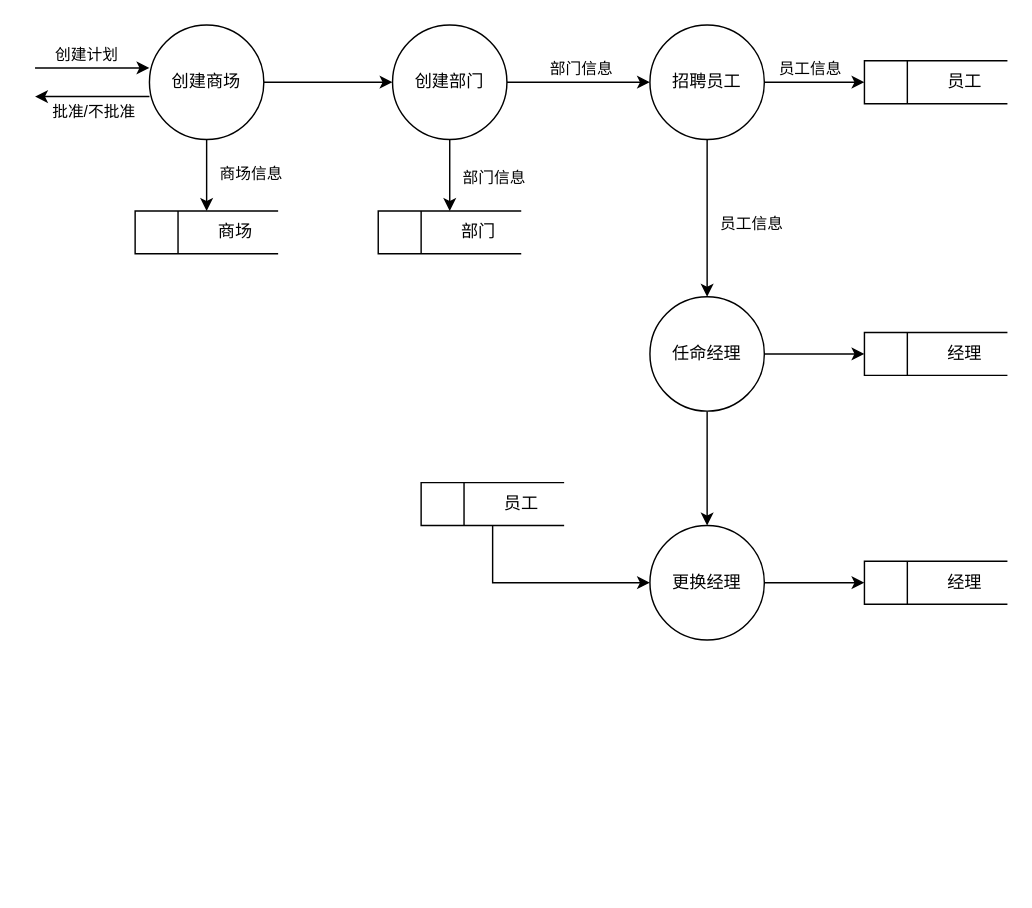
Earlier version of the draw.io diagram shopping_data_flow.drawio (ArronVague/Database-Systems-Laboratory). Source tidied: cells renumbered, new cells numbered last; positions are measured from the earlier drawing's top-left corner, leaving out a move shared by most shapes. Both pictures are drawn from the tidied source at 143%, with x=0, y=0 at pixel (34, 24).
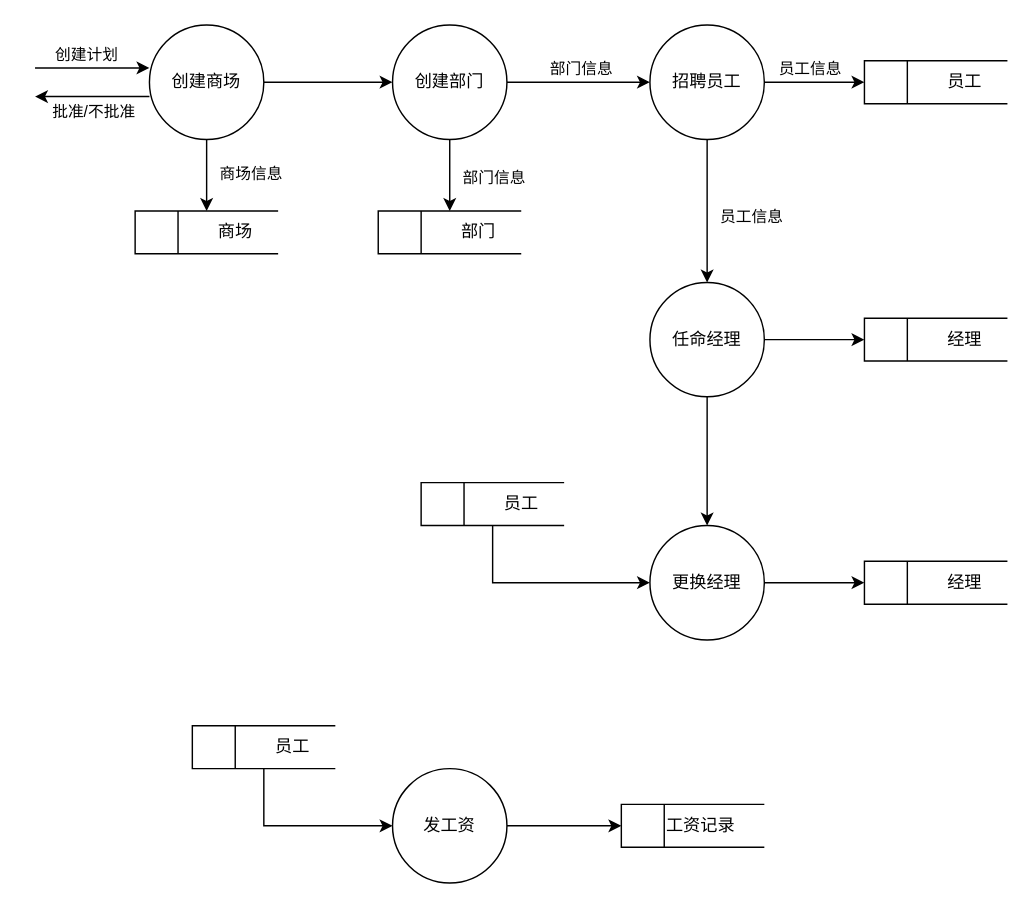
The same diagram, later.

The edit, as a diff of the source:
```diff
@@
     <mxCell id="18" value="任命经理" style="ellipse;whiteSpace=wrap;html=1;" parent="1" vertex="1">
-      <mxGeometry x="430" y="190" width="80" height="80" as="geometry" />
+      <mxGeometry x="430" y="180" width="80" height="80" as="geometry" />
     </mxCell>
@@
     <mxCell id="24" value="&lt;span style=&quot;white-space: pre;&quot;&gt;&#9;&lt;/span&gt;&lt;span style=&quot;white-space: pre;&quot;&gt;&#9;&lt;/span&gt;经理" style="html=1;dashed=0;whiteSpace=wrap;shape=mxgraph.dfd.dataStoreID;align=left;spacingLeft=3;points=[[0,0],[0.5,0],[1,0],[0,0.5],[1,0.5],[0,1],[0.5,1],[1,1]];" parent="1" vertex="1">
-      <mxGeometry x="580" y="215" width="100" height="30" as="geometry" />
+      <mxGeometry x="580" y="205" width="100" height="30" as="geometry" />
     </mxCell>
@@
+    <mxCell id="32" style="edgeStyle=orthogonalEdgeStyle;rounded=0;jettySize=auto;html=1;exitX=1;exitY=0.5;exitDx=0;exitDy=0;entryX=0;entryY=0.5;entryDx=0;entryDy=0;" parent="1" edge="1" source="33" target="36">
+      <mxGeometry relative="1" as="geometry" />
+    </mxCell>
+    <mxCell id="33" value="发工资" style="ellipse;whiteSpace=wrap;html=1;" parent="1" vertex="1">
+      <mxGeometry x="250" y="520" width="80" height="80" as="geometry" />
+    </mxCell>
+    <mxCell id="34" style="edgeStyle=orthogonalEdgeStyle;rounded=0;jettySize=auto;html=1;exitX=0.5;exitY=1;exitDx=0;exitDy=0;entryX=0;entryY=0.5;entryDx=0;entryDy=0;" parent="1" edge="1" source="35" target="33">
+      <mxGeometry relative="1" as="geometry" />
+    </mxCell>
+    <mxCell id="35" value="&lt;span style=&quot;white-space: pre;&quot;&gt;&#9;&lt;span style=&quot;white-space: pre;&quot;&gt;&#9;&lt;/span&gt;员工&lt;/span&gt;" style="html=1;dashed=0;whiteSpace=wrap;shape=mxgraph.dfd.dataStoreID;align=left;spacingLeft=3;points=[[0,0],[0.5,0],[1,0],[0,0.5],[1,0.5],[0,1],[0.5,1],[1,1]];" parent="1" vertex="1">
+      <mxGeometry x="110" y="490" width="100" height="30" as="geometry" />
+    </mxCell>
+    <mxCell id="36" value="&lt;span style=&quot;white-space: pre;&quot;&gt;&#9;&lt;/span&gt;工资记录" style="html=1;dashed=0;whiteSpace=wrap;shape=mxgraph.dfd.dataStoreID;align=left;spacingLeft=3;points=[[0,0],[0.5,0],[1,0],[0,0.5],[1,0.5],[0,1],[0.5,1],[1,1]];" parent="1" vertex="1">
+      <mxGeometry x="410" y="545" width="100" height="30" as="geometry" />
+    </mxCell>
```
